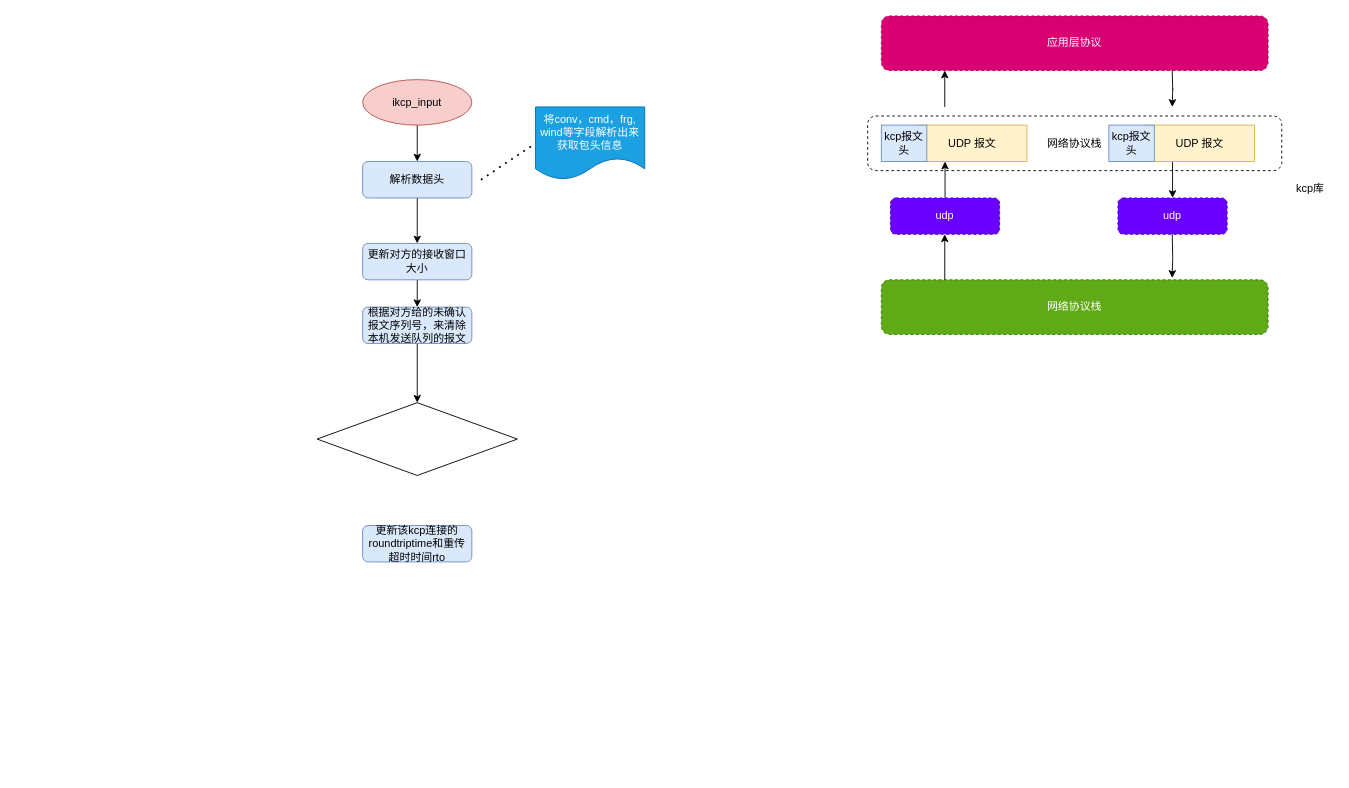
Earlier version of the draw.io diagram kcp.drawio (BruceChen7/kcp). Source tidied: cells renumbered, new cells numbered last; positions are measured from the earlier drawing's top-left corner, leaving out a move shared by most shapes. Both pictures are drawn from the tidied source at 91%, with x=0, y=0 at pixel (317, 15).
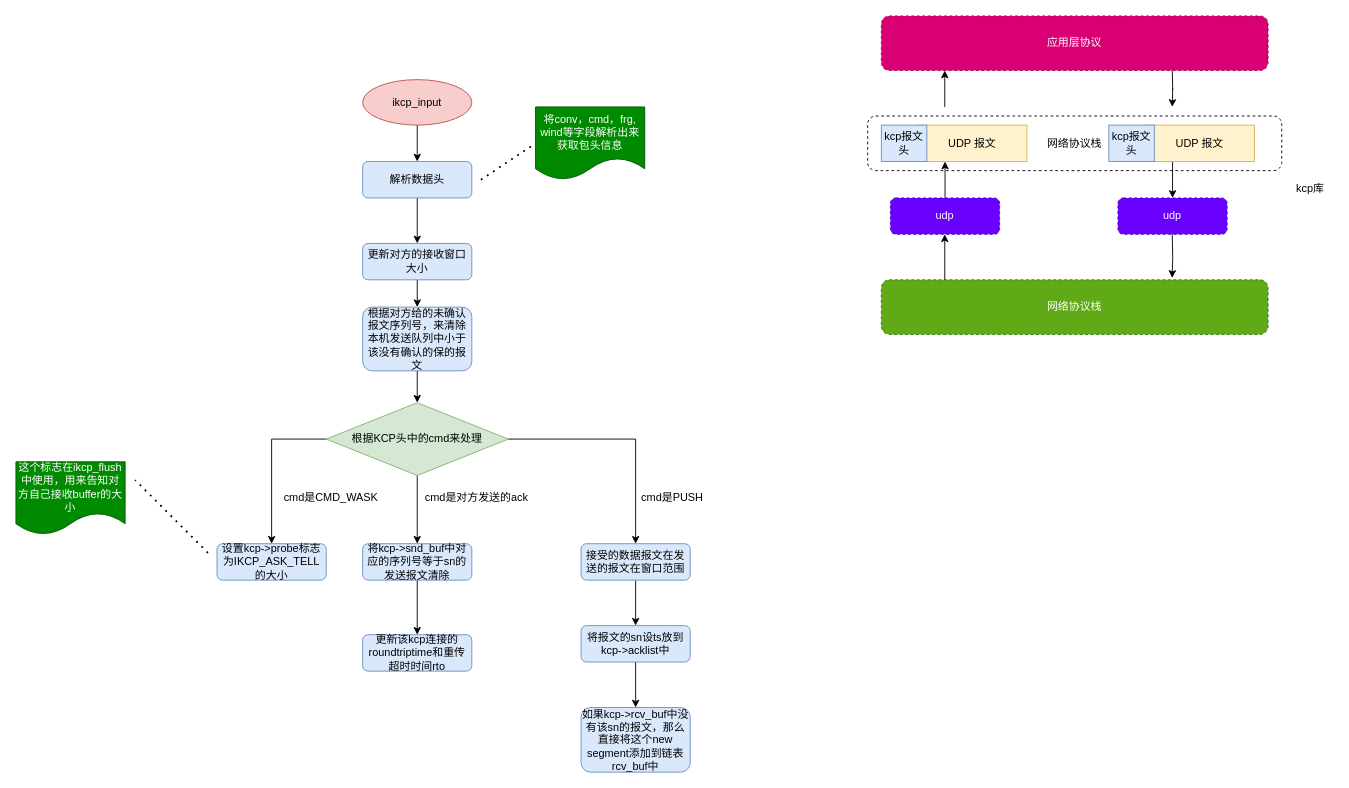
The same diagram, later.

Diff of the diagram source:
```diff
@@
-    <mxCell id="7" value="将conv，cmd，frg, wind等字段解析出来获取包头信息" style="shape=document;whiteSpace=wrap;html=1;boundedLbl=1;fillColor=#1ba1e2;strokeColor=#006EAF;fontColor=#ffffff;" parent="1" vertex="1">
+    <mxCell id="7" value="将conv，cmd，frg, wind等字段解析出来获取包头信息" style="shape=document;whiteSpace=wrap;html=1;boundedLbl=1;fillColor=#008a00;strokeColor=#005700;fontColor=#ffffff;" parent="1" vertex="1">
       <mxGeometry x="240" y="100" width="120" height="80" as="geometry" />
     </mxCell>
@@
-    <mxCell id="12" value="根据对方给的未确认报文序列号，来清除本机发送队列的报文" style="rounded=1;whiteSpace=wrap;html=1;fillColor=#dae8fc;strokeColor=#6c8ebf;" parent="1" vertex="1">
-      <mxGeometry x="50" y="320" width="120" height="40" as="geometry" />
+    <mxCell id="12" value="根据对方给的未确认报文序列号，来清除本机发送队列中小于该没有确认的保的报文" style="rounded=1;whiteSpace=wrap;html=1;fillColor=#dae8fc;strokeColor=#6c8ebf;" parent="1" vertex="1">
+      <mxGeometry x="50" y="320" width="120" height="70" as="geometry" />
     </mxCell>
@@
+    <mxCell id="30" style="edgeStyle=orthogonalEdgeStyle;rounded=0;jettySize=auto;html=1;exitX=0.5;exitY=1;exitDx=0;exitDy=0;entryX=0.5;entryY=0;entryDx=0;entryDy=0;" parent="1" edge="1" source="24" target="36">
+      <mxGeometry relative="1" as="geometry" />
+    </mxCell>
+    <mxCell id="31" style="edgeStyle=orthogonalEdgeStyle;rounded=0;jettySize=auto;html=1;exitX=1;exitY=0.5;exitDx=0;exitDy=0;" parent="1" edge="1" source="24" target="38">
+      <mxGeometry relative="1" as="geometry" />
+    </mxCell>
+    <mxCell id="32" style="edgeStyle=orthogonalEdgeStyle;rounded=0;jettySize=auto;html=1;exitX=0;exitY=0.5;exitDx=0;exitDy=0;" parent="1" edge="1" source="24" target="39">
+      <mxGeometry relative="1" as="geometry" />
+    </mxCell>
-    <mxCell id="24" style="rhombus;whiteSpace=wrap;html=1;" parent="1" vertex="1">
-      <mxGeometry y="425" width="220" height="80" as="geometry" />
+    <mxCell id="24" value="根据KCP头中的cmd来处理" style="rhombus;whiteSpace=wrap;html=1;fillColor=#d5e8d4;strokeColor=#82b366;" parent="1" vertex="1">
+      <mxGeometry x="10" y="425" width="200" height="80" as="geometry" />
     </mxCell>
     <mxCell id="25" value="更新该kcp连接的roundtriptime和重传超时时间rto" style="rounded=1;whiteSpace=wrap;html=1;fillColor=#dae8fc;strokeColor=#6c8ebf;" parent="1" vertex="1">
-      <mxGeometry x="50" y="560" width="120" height="40" as="geometry" />
+      <mxGeometry x="50" y="680" width="120" height="40" as="geometry" />
     </mxCell>
@@
+    <mxCell id="33" style="edgeStyle=orthogonalEdgeStyle;rounded=0;orthogonalLoop=1;jettySize=auto;html=1;exitX=0.5;exitY=1;exitDx=0;exitDy=0;" parent="1" edge="1" source="25" target="25">
+      <mxGeometry relative="1" as="geometry" />
+    </mxCell>
+    <mxCell id="34" value="cmd是对方发送的ack" style="text;html=1;align=center;verticalAlign=middle;" parent="1" vertex="1">
+      <mxGeometry x="110" y="520" width="130" height="20" as="geometry" />
+    </mxCell>
+    <mxCell id="35" style="edgeStyle=orthogonalEdgeStyle;rounded=0;jettySize=auto;html=1;exitX=0.5;exitY=1;exitDx=0;exitDy=0;entryX=0.5;entryY=0;entryDx=0;entryDy=0;" parent="1" edge="1" source="36" target="25">
+      <mxGeometry relative="1" as="geometry" />
+    </mxCell>
+    <mxCell id="36" value="将kcp-&amp;gt;snd_buf中对应的序列号等于sn的发送报文清除" style="rounded=1;whiteSpace=wrap;html=1;fillColor=#dae8fc;strokeColor=#6c8ebf;" parent="1" vertex="1">
+      <mxGeometry x="50" y="580" width="120" height="40" as="geometry" />
+    </mxCell>
+    <mxCell id="37" style="edgeStyle=orthogonalEdgeStyle;rounded=0;jettySize=auto;html=1;exitX=0.5;exitY=1;exitDx=0;exitDy=0;entryX=0.5;entryY=0;entryDx=0;entryDy=0;" parent="1" edge="1" source="38" target="42">
+      <mxGeometry relative="1" as="geometry" />
+    </mxCell>
+    <mxCell id="38" value="接受的数据报文在发送的报文在窗口范围" style="rounded=1;whiteSpace=wrap;html=1;fillColor=#dae8fc;strokeColor=#6c8ebf;" parent="1" vertex="1">
+      <mxGeometry x="290" y="580" width="120" height="40" as="geometry" />
+    </mxCell>
+    <mxCell id="39" value="设置kcp-&amp;gt;probe标志为IKCP_ASK_TELL的大小" style="rounded=1;whiteSpace=wrap;html=1;fillColor=#dae8fc;strokeColor=#6c8ebf;" parent="1" vertex="1">
+      <mxGeometry x="-110" y="580" width="120" height="40" as="geometry" />
+    </mxCell>
+    <mxCell id="40" value="cmd是PUSH" style="text;html=1;align=center;verticalAlign=middle;" parent="1" vertex="1">
+      <mxGeometry x="350" y="520" width="80" height="20" as="geometry" />
+    </mxCell>
+    <mxCell id="41" style="edgeStyle=orthogonalEdgeStyle;rounded=0;jettySize=auto;html=1;exitX=0.5;exitY=1;exitDx=0;exitDy=0;entryX=0.5;entryY=0;entryDx=0;entryDy=0;" parent="1" edge="1" source="42" target="43">
+      <mxGeometry relative="1" as="geometry" />
+    </mxCell>
+    <mxCell id="42" value="将报文的sn设ts放到kcp-&amp;gt;acklist中" style="rounded=1;whiteSpace=wrap;html=1;fillColor=#dae8fc;strokeColor=#6c8ebf;" parent="1" vertex="1">
+      <mxGeometry x="290" y="670" width="120" height="40" as="geometry" />
+    </mxCell>
+    <mxCell id="43" value="如果kcp-&amp;gt;rcv_buf中没有该sn的报文，那么直接将这个new segment添加到&lt;span&gt;链表rcv_buf中&lt;/span&gt;" style="rounded=1;whiteSpace=wrap;html=1;fillColor=#dae8fc;strokeColor=#6c8ebf;" parent="1" vertex="1">
+      <mxGeometry x="290" y="760" width="120" height="71" as="geometry" />
+    </mxCell>
+    <mxCell id="44" value="cmd是CMD_WASK" style="text;html=1;align=center;verticalAlign=middle;" parent="1" vertex="1">
+      <mxGeometry x="-45" y="520" width="120" height="20" as="geometry" />
+    </mxCell>
+    <mxCell id="45" value="这个标志在ikcp_flush中使用，用来告知对方自己接收buffer的大小" style="shape=document;whiteSpace=wrap;html=1;boundedLbl=1;fillColor=#008a00;strokeColor=#005700;fontColor=#ffffff;" parent="1" vertex="1">
+      <mxGeometry x="-331" y="490" width="120" height="80" as="geometry" />
+    </mxCell>
+    <mxCell id="46" style="endArrow=none;dashed=1;html=1;dashPattern=1 3;strokeWidth=2;" parent="1" edge="1">
+      <mxGeometry relative="1" as="geometry">
+        <mxPoint x="-120" y="590" as="sourcePoint" />
+        <mxPoint x="-200" y="510" as="targetPoint" />
+      </mxGeometry>
+    </mxCell>
```
